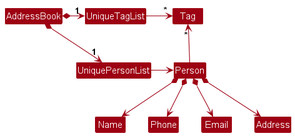
Earlier version of the PlantUML export docs/images/BetterModelClassDiagram.png (nus-cs2103-AY2425S1/tp). The source it was exported from:
```plantuml
@startuml
!include style.puml
skinparam arrowThickness 1.1
skinparam arrowColor MODEL_COLOR
skinparam classBackgroundColor MODEL_COLOR

AddressBook *-right-> "1" UniquePersonList
AddressBook *-right-> "1" UniqueTagList
UniqueTagList -[hidden]down- UniquePersonList
UniqueTagList -[hidden]down- UniquePersonList

UniqueTagList -right-> "*" Tag
UniquePersonList -right-> Person

Person -up-> "*" Tag

Person *--> Name
Person *--> Phone
Person *--> Email
Person *--> Address
@enduml
```
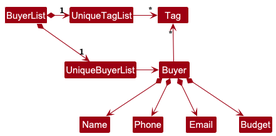
Later version of the same file.

Commit message:
Update: Replace Address Field with Budget in BetterModelClassDiagram

The BetterModelClassDiagram.png image currently includes an
Address field, which is not relevant to the updated model.

Replacing the Address field with Budget aligns the diagram with
the current model design and accurately reflects the application’s
data structure.

Let’s update the class diagram to replace the Address field with
Budget.

This change ensures consistency between the model and the
documentation.

The edit, as a diff of the source:
```diff
@@ -4,18 +4,18 @@
 skinparam arrowColor MODEL_COLOR
 skinparam classBackgroundColor MODEL_COLOR
 
-AddressBook *-right-> "1" UniquePersonList
-AddressBook *-right-> "1" UniqueTagList
-UniqueTagList -[hidden]down- UniquePersonList
-UniqueTagList -[hidden]down- UniquePersonList
+BuyerList *-right-> "1" UniqueBuyerList
+BuyerList *-right-> "1" UniqueTagList
+UniqueTagList -[hidden]down- UniqueBuyerList
+UniqueTagList -[hidden]down- UniqueBuyerList
 
 UniqueTagList -right-> "*" Tag
-UniquePersonList -right-> Person
+UniqueBuyerList -right-> Buyer
 
-Person -up-> "*" Tag
+Buyer -up-> "*" Tag
 
-Person *--> Name
-Person *--> Phone
-Person *--> Email
-Person *--> Address
+Buyer *--> Name
+Buyer *--> Phone
+Buyer *--> Email
+Buyer *--> Budget
 @enduml
```
